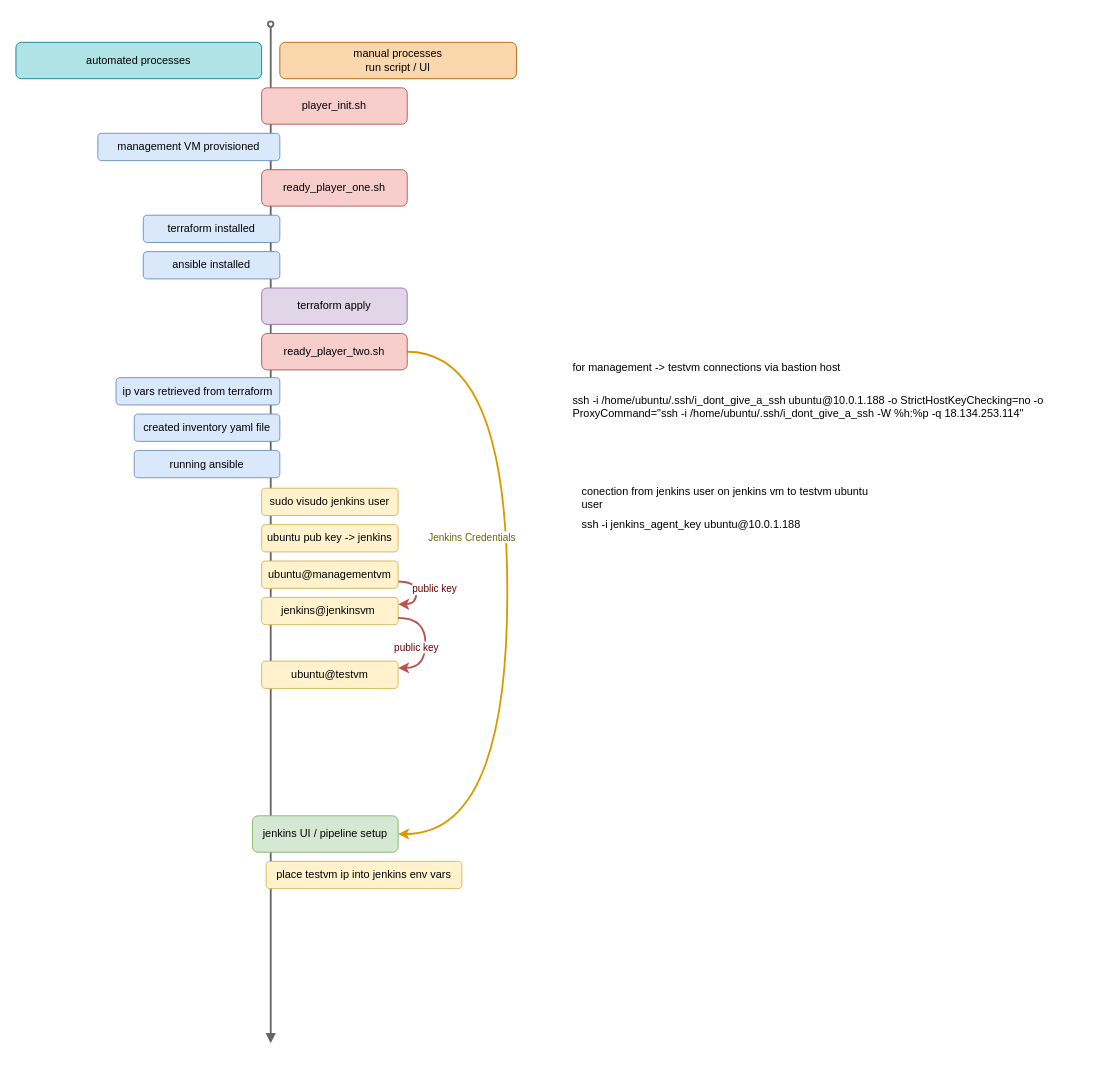
This is other_files/manual_process_checkpoints.drawio from Jenkins-Spice-Latte/QA-Help-Queue-App, a draw.io file, before an edit. Source tidied: cells renumbered, new cells numbered last; positions are measured from the earlier drawing's top-left corner, leaving out a move shared by most shapes. Both pictures are drawn from the tidied source at 91%, with x=0, y=0 at pixel (15, 24).
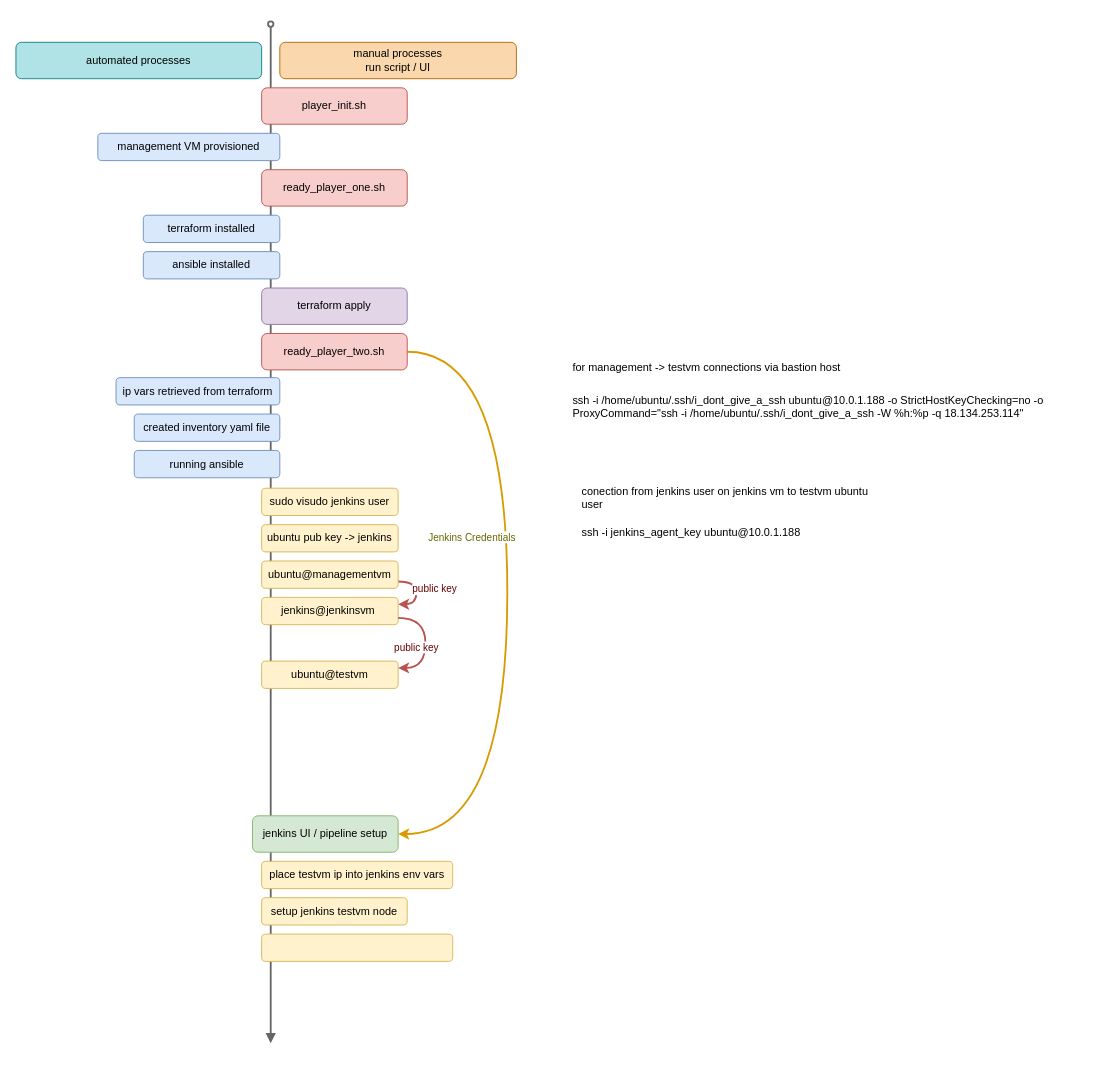
Above is the later version.

Diff of the diagram source:
```diff
@@
     <mxCell id="19" value="place testvm ip into jenkins env vars" style="rounded=1;whiteSpace=wrap;html=1;fillColor=#fff2cc;strokeColor=#d6b656;" parent="1" vertex="1">
-      <mxGeometry x="275" y="920" width="215" height="30" as="geometry" />
+      <mxGeometry x="270" y="920" width="210" height="30" as="geometry" />
     </mxCell>
@@
     <mxCell id="28" value="ssh -i jenkins_agent_key ubuntu@10.0.1.188" style="text;whiteSpace=wrap;html=1;" parent="1" vertex="1">
-      <mxGeometry x="620" y="536" width="550" height="40" as="geometry" />
+      <mxGeometry x="620" y="545" width="550" height="40" as="geometry" />
     </mxCell>
@@
+    <mxCell id="30" value="setup jenkins testvm node" style="rounded=1;whiteSpace=wrap;html=1;fillColor=#fff2cc;strokeColor=#d6b656;" parent="1" vertex="1">
+      <mxGeometry x="270" y="960" width="160" height="30" as="geometry" />
+    </mxCell>
+    <mxCell id="31" style="rounded=1;whiteSpace=wrap;html=1;fillColor=#fff2cc;strokeColor=#d6b656;" parent="1" vertex="1">
+      <mxGeometry x="270" y="1000" width="210" height="30" as="geometry" />
+    </mxCell>
```
